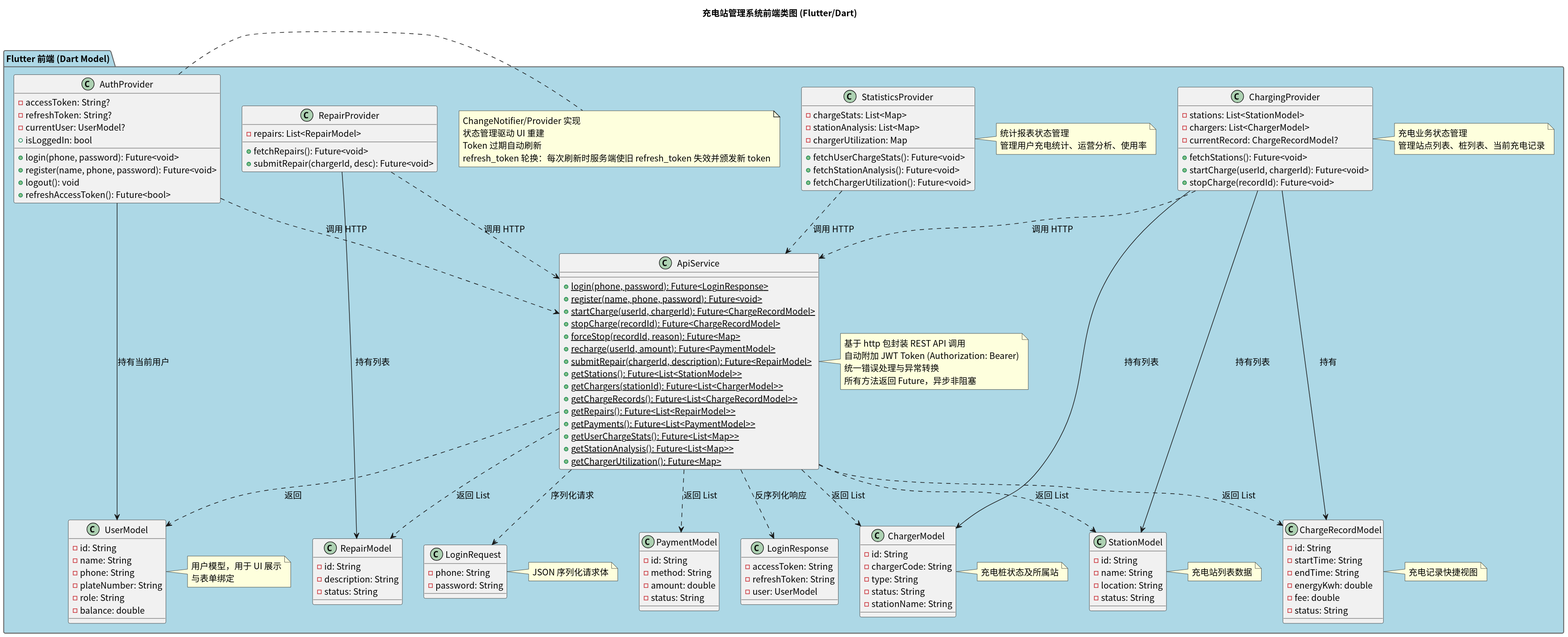
This is class/img/frontend_class_diagram.svg from greenhandzdl/charging-station-doc, a PlantUML export, as it was before one commit.
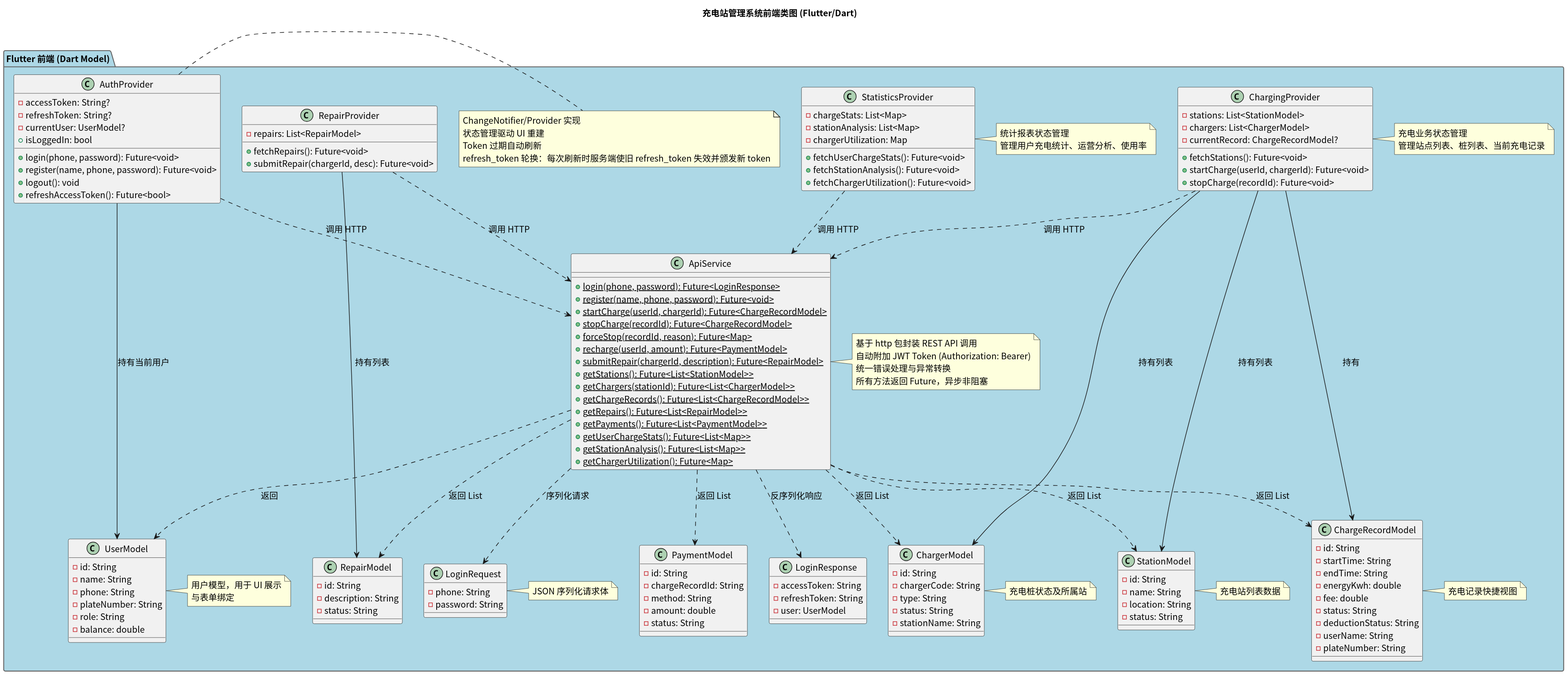
The same diagram one commit later.

Change to the diagram source:
```diff
@@ -43,11 +43,15 @@
     - energyKwh: double
     - fee: double
     - status: String
+    - deductionStatus: String
+    - userName: String
+    - plateNumber: String
   }
   note right of FCRecord : 充电记录快捷视图
 
   class "PaymentModel" as FPayment {
     - id: String
+    - chargeRecordId: String
     - method: String
     - amount: double
     - status: String
```
